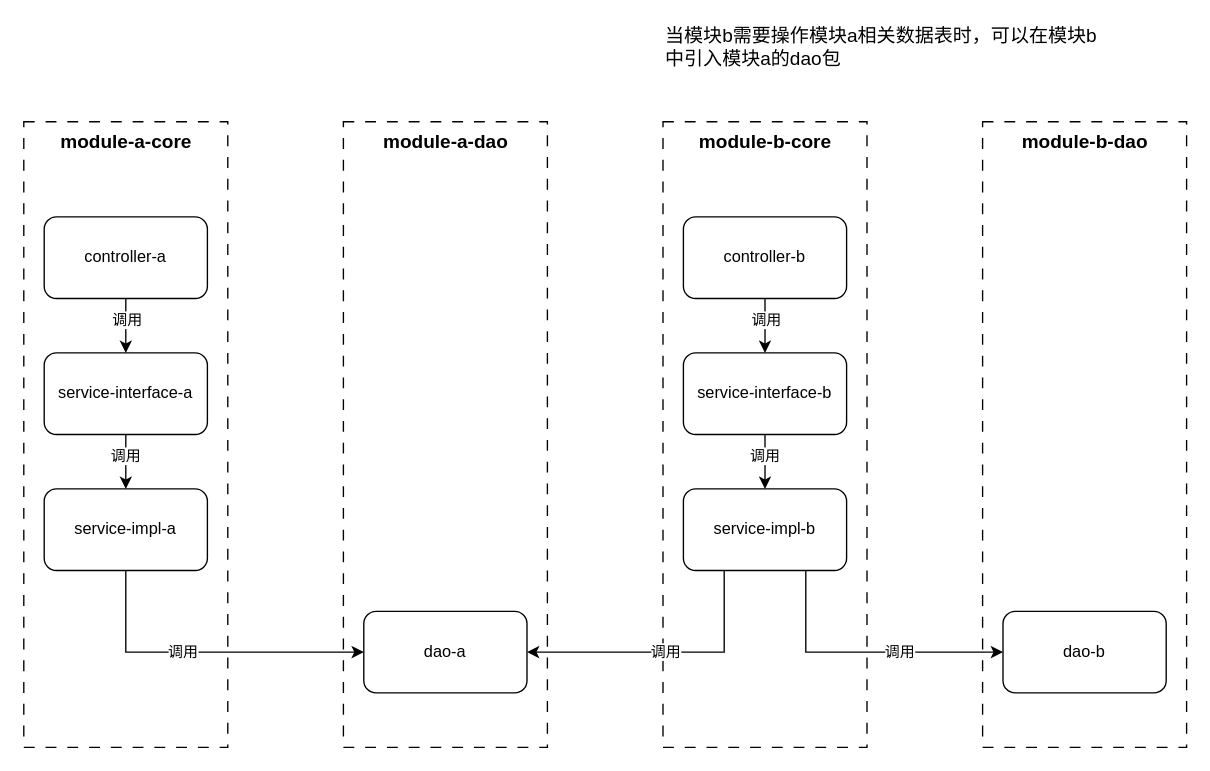
This is 服务模块设计/单体项目分层设计（无内部扩展接口）-多项目案例版.drawio from codeyunze/drawio, a draw.io file, before an edit. Source tidied: cells renumbered, new cells numbered last; positions are measured from the earlier drawing's top-left corner, leaving out a move shared by most shapes. Both pictures are drawn from the tidied source at 136%, with x=0, y=0 at pixel (23, 26).
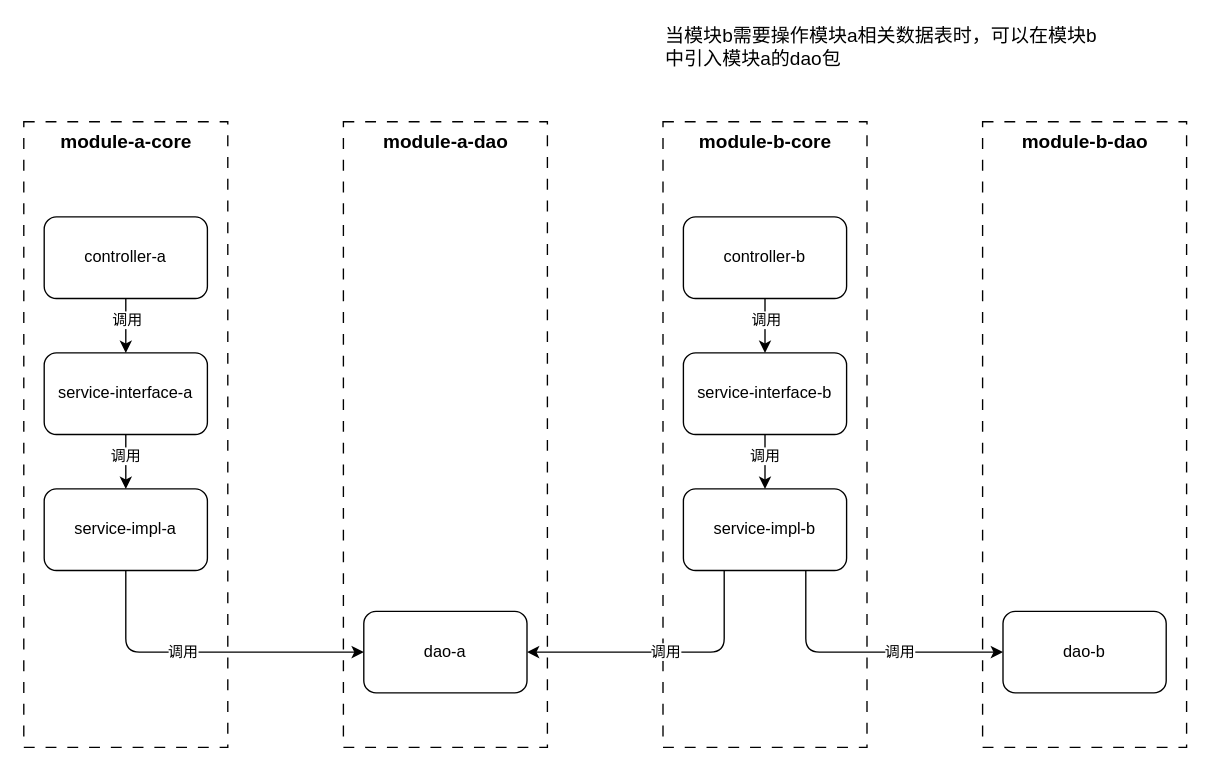
Above is the later version.

Commit message:
更新单体项目分层设计（无内部扩展接口）-多项目案例版.drawio

The change refers to these unchanged cells:
```xml
<mxCell id="12" value="&lt;span style=&quot;background-color: transparent; color: light-dark(rgb(0, 0, 0), rgb(255, 255, 255));&quot;&gt;service-impl-a&lt;/span&gt;" style="rounded=1;whiteSpace=wrap;html=1;" parent="1" vertex="1">
  <mxGeometry x="15" y="340" width="120" height="60" as="geometry" />
</mxCell>
<mxCell id="14" value="&lt;span style=&quot;background-color: transparent; color: light-dark(rgb(0, 0, 0), rgb(255, 255, 255));&quot;&gt;dao-a&lt;/span&gt;" style="rounded=1;whiteSpace=wrap;html=1;" parent="1" vertex="1">
  <mxGeometry x="250" y="430" width="120" height="60" as="geometry" />
</mxCell>
<mxCell id="27" value="&lt;span style=&quot;background-color: transparent; color: light-dark(rgb(0, 0, 0), rgb(255, 255, 255));&quot;&gt;service-impl-b&lt;/span&gt;" style="rounded=1;whiteSpace=wrap;html=1;" parent="1" vertex="1">
  <mxGeometry x="485" y="340" width="120" height="60" as="geometry" />
</mxCell>
<mxCell id="29" value="&lt;span style=&quot;background-color: transparent; color: light-dark(rgb(0, 0, 0), rgb(255, 255, 255));&quot;&gt;dao-b&lt;/span&gt;" style="rounded=1;whiteSpace=wrap;html=1;" parent="1" vertex="1">
  <mxGeometry x="720" y="430" width="120" height="60" as="geometry" />
</mxCell>
```

Diff of the diagram source:
```diff
@@
-    <mxCell id="10" style="edgeStyle=orthogonalEdgeStyle;rounded=0;jettySize=auto;html=1;exitX=0.5;exitY=1;exitDx=0;exitDy=0;entryX=0;entryY=0.5;entryDx=0;entryDy=0;" parent="1" edge="1" source="12" target="14">
+    <mxCell id="10" style="edgeStyle=orthogonalEdgeStyle;rounded=1;jettySize=auto;html=1;exitX=0.5;exitY=1;exitDx=0;exitDy=0;entryX=0;entryY=0.5;entryDx=0;entryDy=0;curved=0;" parent="1" edge="1" source="12" target="14">
       <mxGeometry relative="1" as="geometry" />
     </mxCell>
@@
-    <mxCell id="24" style="edgeStyle=orthogonalEdgeStyle;rounded=0;jettySize=auto;html=1;exitX=0.75;exitY=1;exitDx=0;exitDy=0;entryX=0;entryY=0.5;entryDx=0;entryDy=0;" parent="1" edge="1" source="27" target="29">
+    <mxCell id="24" style="edgeStyle=orthogonalEdgeStyle;rounded=1;jettySize=auto;html=1;exitX=0.75;exitY=1;exitDx=0;exitDy=0;entryX=0;entryY=0.5;entryDx=0;entryDy=0;curved=0;" parent="1" edge="1" source="27" target="29">
       <mxGeometry relative="1" as="geometry" />
     </mxCell>
@@
-    <mxCell id="26" value="调用" style="edgeStyle=orthogonalEdgeStyle;rounded=0;jettySize=auto;html=1;exitX=0.25;exitY=1;exitDx=0;exitDy=0;entryX=1;entryY=0.5;entryDx=0;entryDy=0;" parent="1" edge="1" source="27" target="14">
+    <mxCell id="26" value="调用" style="edgeStyle=orthogonalEdgeStyle;rounded=1;jettySize=auto;html=1;exitX=0.25;exitY=1;exitDx=0;exitDy=0;entryX=1;entryY=0.5;entryDx=0;entryDy=0;curved=0;" parent="1" edge="1" source="27" target="14">
       <mxGeometry relative="1" as="geometry" />
     </mxCell>
```
